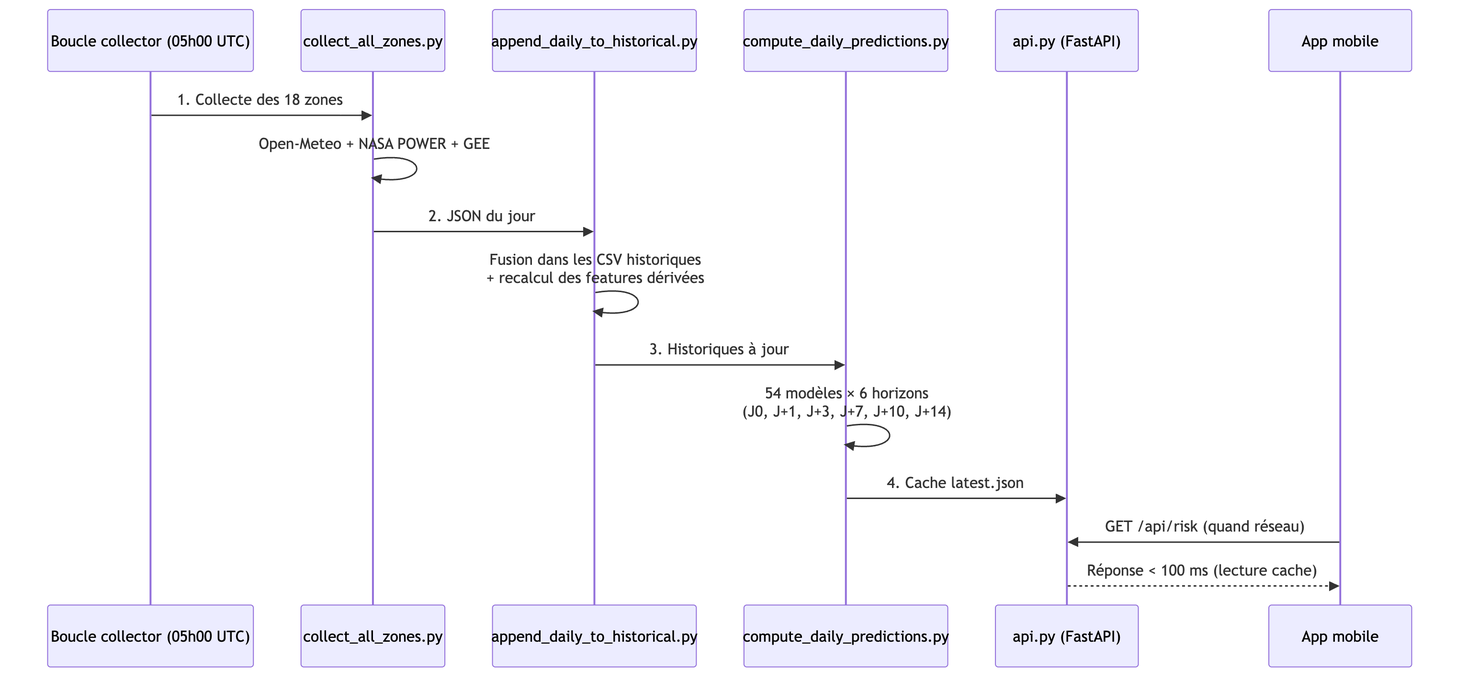
The Mermaid diagram docs/images/diagramme_cycle_quotidien.png in jeremygeorgesdurand-dev/SAMCAM, before a commit. Its source is kept beside it as docs/images/diagramme_cycle_quotidien.mmd. Source of this version:
```mermaid
sequenceDiagram
    participant C as Boucle collector (05h00 UTC)
    participant COL as collect_all_zones.py
    participant HIST as append_daily_to_historical.py
    participant PRED as compute_daily_predictions.py
    participant API as api.py (FastAPI)
    participant APP as App mobile

    C->>COL: 1. Collecte des 18 zones
    COL->>COL: Open-Meteo + NASA POWER + GEE
    COL->>HIST: 2. JSON du jour
    HIST->>HIST: Fusion dans les CSV historiques<br/>+ recalcul des features dérivées
    HIST->>PRED: 3. Historiques à jour
    PRED->>PRED: 54 modèles × 6 horizons<br/>(J0, J+1, J+3, J+7, J+10, J+14)
    PRED->>API: 4. Cache latest.json
    APP->>API: GET /api/risk (quand réseau)
    API-->>APP: Réponse < 100 ms (lecture cache)
```
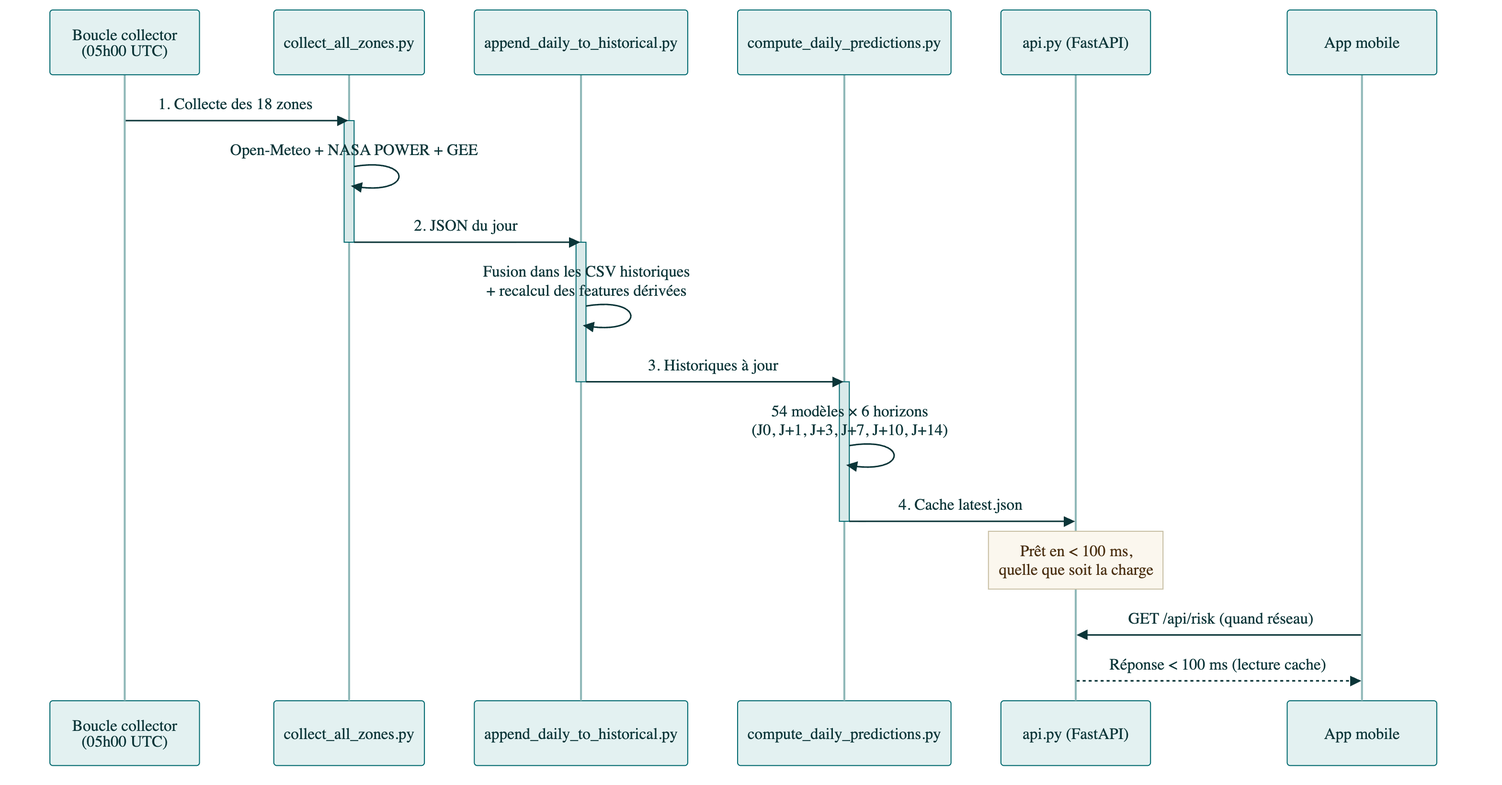
After the commit.

Change to the diagram source:
```diff
@@ -1,5 +1,29 @@
+%%{init: {'theme':'base', 'themeVariables': {
+  'primaryColor': '#E3F1F1',
+  'primaryTextColor': '#0b3538',
+  'primaryBorderColor': '#01696F',
+  'lineColor': '#01696F',
+  'actorBkg': '#E3F1F1',
+  'actorBorder': '#01696F',
+  'actorTextColor': '#0b3538',
+  'actorLineColor': '#8fb8b8',
+  'signalColor': '#0b3538',
+  'signalTextColor': '#0b3538',
+  'labelBoxBkgColor': '#FFF3DF',
+  'labelBoxBorderColor': '#C97A2B',
+  'labelTextColor': '#4a2f10',
+  'loopTextColor': '#0b3538',
+  'noteBkgColor': '#FBF7EE',
+  'noteBorderColor': '#c8bfa4',
+  'noteTextColor': '#4a2f10',
+  'activationBkgColor': '#D9EAEA',
+  'activationBorderColor': '#01696F',
+  'sequenceNumberColor': '#ffffff',
+  'fontFamily': 'Helvetica, Arial, sans-serif',
+  'fontSize': '16px'
+}}}%%
 sequenceDiagram
-    participant C as Boucle collector (05h00 UTC)
+    participant C as Boucle collector<br/>(05h00 UTC)
     participant COL as collect_all_zones.py
     participant HIST as append_daily_to_historical.py
     participant PRED as compute_daily_predictions.py
@@ -7,11 +31,18 @@
     participant APP as App mobile
 
     C->>COL: 1. Collecte des 18 zones
+    activate COL
     COL->>COL: Open-Meteo + NASA POWER + GEE
     COL->>HIST: 2. JSON du jour
+    deactivate COL
+    activate HIST
     HIST->>HIST: Fusion dans les CSV historiques<br/>+ recalcul des features dérivées
     HIST->>PRED: 3. Historiques à jour
+    deactivate HIST
+    activate PRED
     PRED->>PRED: 54 modèles × 6 horizons<br/>(J0, J+1, J+3, J+7, J+10, J+14)
     PRED->>API: 4. Cache latest.json
+    deactivate PRED
+    Note over API: Prêt en < 100 ms,<br/>quelle que soit la charge
     APP->>API: GET /api/risk (quand réseau)
     API-->>APP: Réponse < 100 ms (lecture cache)
```
